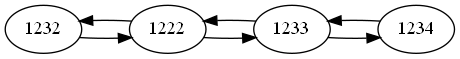
Earlier version of the Graphviz export Cliente/src/assets/arboles/matriz.png (RojasCJP/EDD_VirtualMall_201900289). Its source is kept beside it as Cliente/src/assets/graphviz/matriz.dot. The source it was exported from:
```dot
digraph matriz{
    rankdir = "LR"
1232->1222
1222->1233
1222->1232
1233->1234
1233->1222
1234->1233
}
```
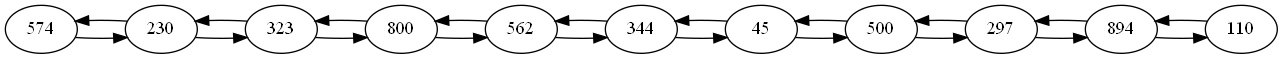
Later version of the same file.

What changed in the source:
```diff
@@ -1,9 +1,23 @@
 digraph matriz{
     rankdir = "LR"
-1232->1222
-1222->1233
-1222->1232
-1233->1234
-1233->1222
-1234->1233
+574->230
+230->323
+230->574
+323->800
+323->230
+800->562
+800->323
+562->344
+562->800
+344->45
+344->562
+45->500
+45->344
+500->297
+500->45
+297->894
+297->500
+894->110
+894->297
+110->894
 }
```
